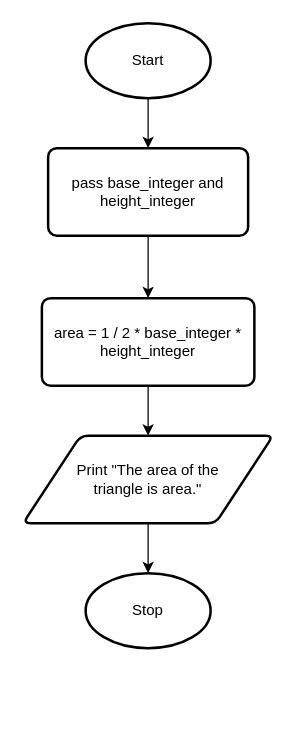
Earlier version of the draw.io diagram design.flowchart.drawio (Yiyun-Qin/ICS3U-Unit5-04-Python). Source tidied: cells renumbered, new cells numbered last; positions are measured from the earlier drawing's top-left corner, leaving out a move shared by most shapes. Both pictures are drawn from the tidied source at 125%, with x=0, y=0 at pixel (22, 22).
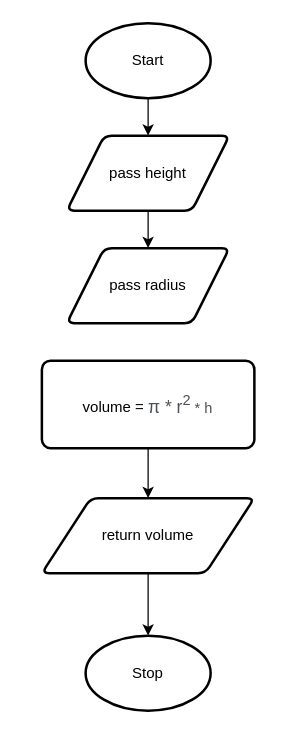
The same diagram, later.

The edit, as a diff of the source:
```diff
@@
 <mxGraphModel>
   <root>
     <mxCell id="0" />
     <mxCell id="1" parent="0" />
-    <mxCell id="2" style="edgeStyle=none;html=1;exitX=0.5;exitY=1;exitDx=0;exitDy=0;exitPerimeter=0;entryX=0.5;entryY=0;entryDx=0;entryDy=0;" parent="1" edge="1" source="3" target="6">
-      <mxGeometry relative="1" as="geometry" />
-    </mxCell>
+    <mxCell id="11" style="edgeStyle=none;html=1;exitX=0.5;exitY=1;exitDx=0;exitDy=0;exitPerimeter=0;entryX=0.5;entryY=0;entryDx=0;entryDy=0;" parent="1" edge="1" source="3" target="13">
+      <mxGeometry relative="1" as="geometry" />
+    </mxCell>
     <mxCell id="3" value="Start" style="strokeWidth=2;html=1;shape=mxgraph.flowchart.start_1;whiteSpace=wrap;" parent="1" vertex="1">
       <mxGeometry x="50" width="100" height="60" as="geometry" />
     </mxCell>
     <mxCell id="4" value="Stop" style="strokeWidth=2;html=1;shape=mxgraph.flowchart.start_1;whiteSpace=wrap;" parent="1" vertex="1">
-      <mxGeometry x="50" y="440" width="100" height="60" as="geometry" />
+      <mxGeometry x="50" y="490" width="100" height="60" as="geometry" />
     </mxCell>
-    <mxCell id="5" style="edgeStyle=none;html=1;exitX=0.5;exitY=1;exitDx=0;exitDy=0;entryX=0.5;entryY=0;entryDx=0;entryDy=0;" parent="1" edge="1" source="6" target="8">
-      <mxGeometry relative="1" as="geometry" />
-    </mxCell>
-    <mxCell id="6" value="pass base_integer and height_integer" style="rounded=1;whiteSpace=wrap;html=1;absoluteArcSize=1;arcSize=14;strokeWidth=2;" parent="1" vertex="1">
-      <mxGeometry x="20" y="100" width="160" height="70" as="geometry" />
-    </mxCell>
     <mxCell id="7" style="edgeStyle=none;html=1;exitX=0.5;exitY=1;exitDx=0;exitDy=0;entryX=0.5;entryY=0;entryDx=0;entryDy=0;" parent="1" edge="1" source="8" target="10">
       <mxGeometry relative="1" as="geometry" />
     </mxCell>
-    <mxCell id="8" value="area = 1 / 2 * base_integer * height_integer" style="rounded=1;whiteSpace=wrap;html=1;absoluteArcSize=1;arcSize=14;strokeWidth=2;" parent="1" vertex="1">
-      <mxGeometry x="15" y="220" width="170" height="70" as="geometry" />
+    <mxCell id="8" value="volume =&amp;nbsp;&lt;span style=&quot;color: rgb(77 , 81 , 86) ; font-size: 14px ; text-align: left ; background-color: rgb(255 , 255 , 255)&quot;&gt;π * r&lt;sup&gt;2&lt;/sup&gt;&lt;/span&gt;&lt;span style=&quot;color: rgb(77 , 81 , 86) ; text-align: left ; background-color: rgb(255 , 255 , 255) ; font-size: 11.6667px&quot;&gt;&amp;nbsp;* h&lt;/span&gt;" style="rounded=1;whiteSpace=wrap;html=1;absoluteArcSize=1;arcSize=14;strokeWidth=2;" parent="1" vertex="1">
+      <mxGeometry x="15" y="270" width="170" height="70" as="geometry" />
     </mxCell>
     <mxCell id="9" style="edgeStyle=none;html=1;exitX=0.5;exitY=1;exitDx=0;exitDy=0;entryX=0.5;entryY=0;entryDx=0;entryDy=0;entryPerimeter=0;" parent="1" edge="1" source="10" target="4">
       <mxGeometry relative="1" as="geometry" />
     </mxCell>
-    <mxCell id="10" value="Print &quot;The area of the &lt;br&gt;triangle is area.&quot;" style="shape=parallelogram;html=1;strokeWidth=2;perimeter=parallelogramPerimeter;whiteSpace=wrap;rounded=1;arcSize=12;size=0.23;" parent="1" vertex="1">
-      <mxGeometry y="330" width="200" height="70" as="geometry" />
+    <mxCell id="10" value="return volume" style="shape=parallelogram;html=1;strokeWidth=2;perimeter=parallelogramPerimeter;whiteSpace=wrap;rounded=1;arcSize=12;size=0.23;" parent="1" vertex="1">
+      <mxGeometry x="15" y="380" width="170" height="60" as="geometry" />
     </mxCell>
+    <mxCell id="12" style="edgeStyle=none;html=1;exitX=0.5;exitY=1;exitDx=0;exitDy=0;entryX=0.5;entryY=0;entryDx=0;entryDy=0;" parent="1" edge="1" source="13" target="14">
+      <mxGeometry relative="1" as="geometry" />
+    </mxCell>
+    <mxCell id="13" value="pass height" style="shape=parallelogram;html=1;strokeWidth=2;perimeter=parallelogramPerimeter;whiteSpace=wrap;rounded=1;arcSize=12;size=0.23;" parent="1" vertex="1">
+      <mxGeometry x="35" y="90" width="130" height="60" as="geometry" />
+    </mxCell>
+    <mxCell id="14" value="pass radius" style="shape=parallelogram;html=1;strokeWidth=2;perimeter=parallelogramPerimeter;whiteSpace=wrap;rounded=1;arcSize=12;size=0.23;" parent="1" vertex="1">
+      <mxGeometry x="35" y="180" width="130" height="60" as="geometry" />
+    </mxCell>
   </root>
 </mxGraphModel>
```
